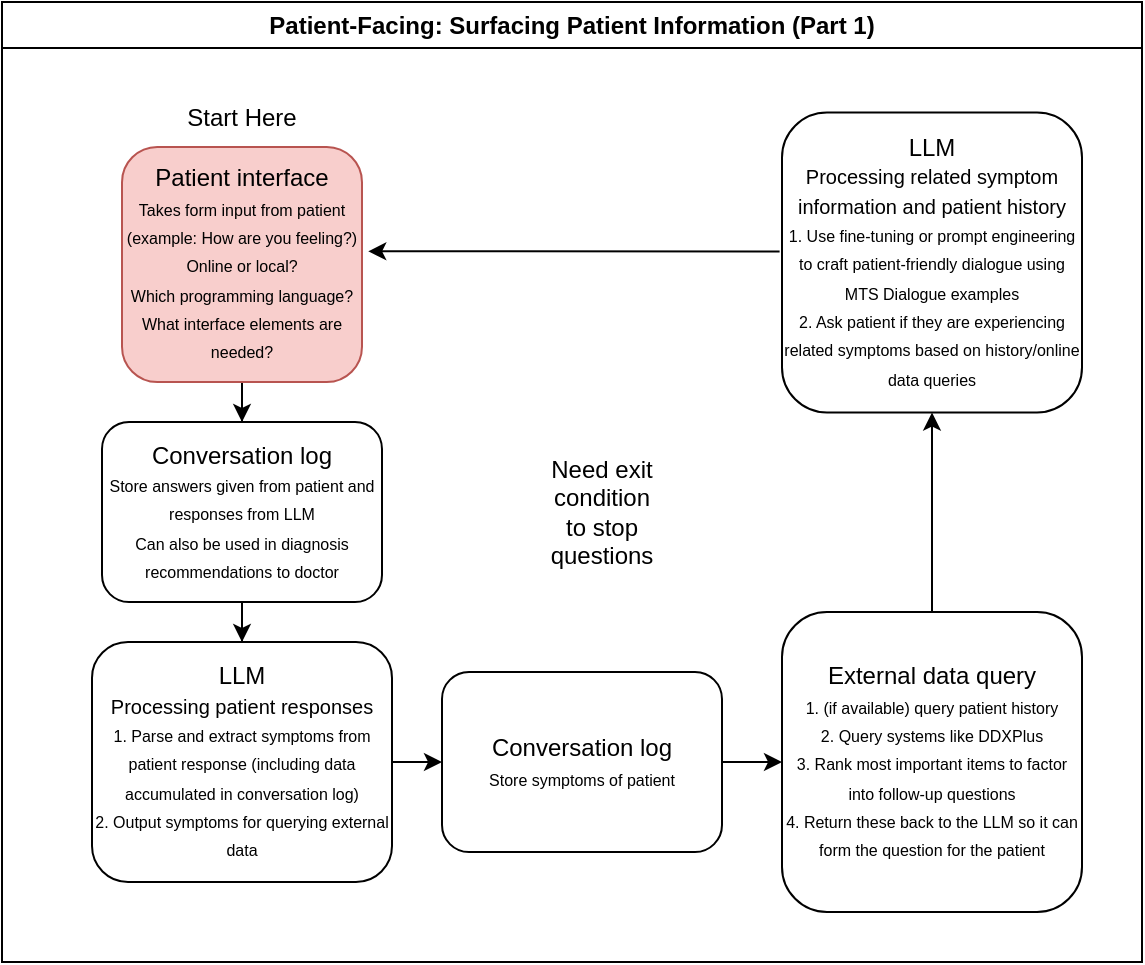
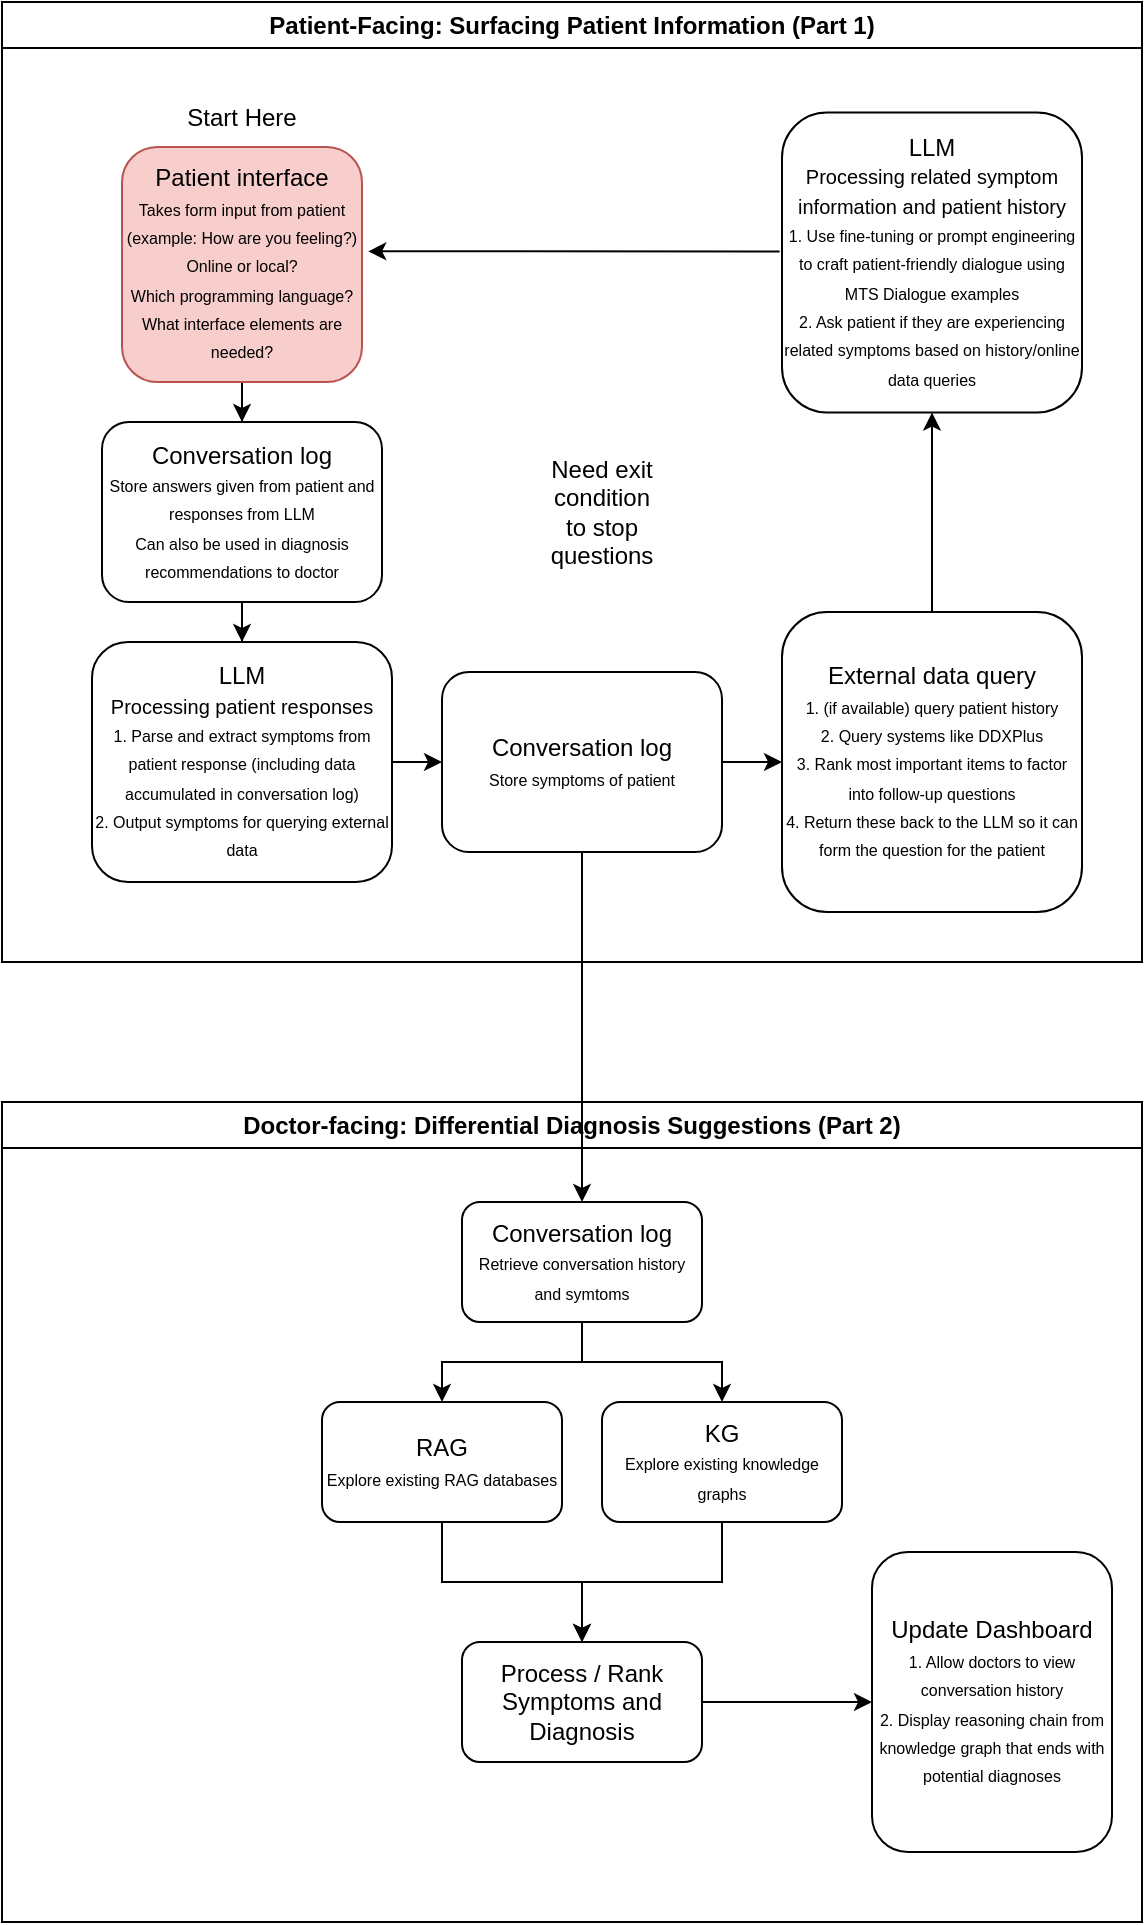
<mxfile host="Electron" agent="Mozilla/5.0 (Macintosh; Intel Mac OS X 10_15_7) AppleWebKit/537.36 (KHTML, like Gecko) draw.io/29.5.2 Chrome/142.0.7444.265 Electron/39.6.1 Safari/537.36" version="29.5.2">
  <diagram name="Page-1" id="m1bc8puYwYsZElcrSZnF">
-     <mxGraphModel dx="1141" dy="730" grid="1" gridSize="10" guides="1" tooltips="1" connect="1" arrows="1" fold="1" page="1" pageScale="1" pageWidth="1100" pageHeight="850" math="0" shadow="0">
+     <mxGraphModel dx="757" dy="586" grid="1" gridSize="10" guides="1" tooltips="1" connect="1" arrows="1" fold="1" page="1" pageScale="1" pageWidth="850" pageHeight="1100" math="0" shadow="0">
      <root>
        <mxCell id="0" />
        <mxCell id="1" parent="0" />
        <mxCell id="9ubxZpSfHIz3_mYUpnA3-6" parent="1" style="swimlane;whiteSpace=wrap;html=1;" value="Patient-Facing: Surfacing Patient Information (Part 1)" vertex="1">
-           <mxGeometry height="480" width="570" x="40" y="150" as="geometry" />
+           <mxGeometry height="480" width="570" x="140" y="80" as="geometry" />
        </mxCell>
        <mxCell id="9ubxZpSfHIz3_mYUpnA3-26" edge="1" parent="9ubxZpSfHIz3_mYUpnA3-6" source="9ubxZpSfHIz3_mYUpnA3-1" style="edgeStyle=orthogonalEdgeStyle;rounded=0;orthogonalLoop=1;jettySize=auto;html=1;" target="9ubxZpSfHIz3_mYUpnA3-25" value="">
          <mxGeometry relative="1" as="geometry" />
        </mxCell>
        <mxCell id="9ubxZpSfHIz3_mYUpnA3-1" parent="9ubxZpSfHIz3_mYUpnA3-6" style="rounded=1;whiteSpace=wrap;html=1;fillColor=#f8cecc;strokeColor=#b85450;" value="Patient interface&lt;div&gt;&lt;font style=&quot;font-size: 8px;&quot;&gt;Takes form input from patient (example: How are you feeling?)&lt;br&gt;Online or local?&lt;/font&gt;&lt;/div&gt;&lt;div&gt;&lt;font style=&quot;font-size: 8px;&quot;&gt;Which programming language?&lt;/font&gt;&lt;/div&gt;&lt;div&gt;&lt;font style=&quot;font-size: 8px;&quot;&gt;What interface elements are needed?&lt;/font&gt;&lt;/div&gt;" vertex="1">
          <mxGeometry height="117.5" width="120" x="60" y="72.5" as="geometry" />
        </mxCell>
        <mxCell id="1Wo1R5oQHYmO-KdakLen-5" edge="1" parent="9ubxZpSfHIz3_mYUpnA3-6" source="9ubxZpSfHIz3_mYUpnA3-3" style="edgeStyle=orthogonalEdgeStyle;rounded=0;orthogonalLoop=1;jettySize=auto;html=1;exitX=1;exitY=0.5;exitDx=0;exitDy=0;entryX=0;entryY=0.5;entryDx=0;entryDy=0;" target="1Wo1R5oQHYmO-KdakLen-2">
          <mxGeometry relative="1" as="geometry" />
        </mxCell>
        <mxCell id="9ubxZpSfHIz3_mYUpnA3-3" parent="9ubxZpSfHIz3_mYUpnA3-6" style="rounded=1;whiteSpace=wrap;html=1;" value="LLM&lt;div&gt;&lt;font style=&quot;font-size: 10px;&quot;&gt;Processing patient responses&lt;/font&gt;&lt;/div&gt;&lt;div&gt;&lt;font style=&quot;font-size: 8px;&quot;&gt;1. Parse and extract symptoms from patient response (including data accumulated in conversation log)&lt;/font&gt;&lt;/div&gt;&lt;div&gt;&lt;font style=&quot;font-size: 8px;&quot;&gt;2. Output symptoms for querying external data&lt;/font&gt;&lt;/div&gt;" vertex="1">
          <mxGeometry height="120" width="150" x="45" y="320" as="geometry" />
        </mxCell>
        <mxCell id="9ubxZpSfHIz3_mYUpnA3-13" edge="1" parent="9ubxZpSfHIz3_mYUpnA3-6" source="9ubxZpSfHIz3_mYUpnA3-4" style="edgeStyle=orthogonalEdgeStyle;rounded=0;orthogonalLoop=1;jettySize=auto;html=1;exitX=0.5;exitY=0;exitDx=0;exitDy=0;entryX=0.5;entryY=1;entryDx=0;entryDy=0;" target="9ubxZpSfHIz3_mYUpnA3-12">
          <mxGeometry relative="1" as="geometry" />
        </mxCell>
        <mxCell id="9ubxZpSfHIz3_mYUpnA3-4" parent="9ubxZpSfHIz3_mYUpnA3-6" style="rounded=1;whiteSpace=wrap;html=1;" value="External data query&lt;div&gt;&lt;font style=&quot;font-size: 8px;&quot;&gt;1. (if available) query patient history&lt;br&gt;2. Query systems like DDXPlus&lt;br&gt;&lt;/font&gt;&lt;/div&gt;&lt;div&gt;&lt;font style=&quot;font-size: 8px;&quot;&gt;3. Rank most important items to factor into follow-up questions&lt;br&gt;4. Return these back to the LLM so it can form the question for the patient&lt;/font&gt;&lt;/div&gt;" vertex="1">
          <mxGeometry height="150" width="150" x="390" y="305" as="geometry" />
        </mxCell>
        <mxCell id="9ubxZpSfHIz3_mYUpnA3-12" parent="9ubxZpSfHIz3_mYUpnA3-6" style="rounded=1;whiteSpace=wrap;html=1;" value="LLM&lt;div&gt;&lt;font style=&quot;font-size: 10px;&quot;&gt;Processing related symptom information and patient history&lt;/font&gt;&lt;/div&gt;&lt;div&gt;&lt;span style=&quot;font-size: 8px;&quot;&gt;1. Use fine-tuning or prompt engineering to craft patient-friendly dialogue using MTS Dialogue examples&lt;br&gt;2. Ask patient if they are experiencing related symptoms based on history/online data queries&lt;br&gt;&lt;/span&gt;&lt;/div&gt;" vertex="1">
          <mxGeometry height="150" width="150" x="390" y="55.25" as="geometry" />
        </mxCell>
        <mxCell id="9ubxZpSfHIz3_mYUpnA3-24" edge="1" parent="9ubxZpSfHIz3_mYUpnA3-6" source="9ubxZpSfHIz3_mYUpnA3-12" style="edgeStyle=orthogonalEdgeStyle;rounded=0;orthogonalLoop=1;jettySize=auto;html=1;entryX=1.026;entryY=0.444;entryDx=0;entryDy=0;entryPerimeter=0;exitX=-0.008;exitY=0.463;exitDx=0;exitDy=0;exitPerimeter=0;" target="9ubxZpSfHIz3_mYUpnA3-1">
          <mxGeometry relative="1" as="geometry" />
        </mxCell>
        <mxCell id="9ubxZpSfHIz3_mYUpnA3-27" edge="1" parent="9ubxZpSfHIz3_mYUpnA3-6" source="9ubxZpSfHIz3_mYUpnA3-25" style="edgeStyle=orthogonalEdgeStyle;rounded=0;orthogonalLoop=1;jettySize=auto;html=1;" target="9ubxZpSfHIz3_mYUpnA3-3">
          <mxGeometry relative="1" as="geometry" />
        </mxCell>
        <mxCell id="9ubxZpSfHIz3_mYUpnA3-25" parent="9ubxZpSfHIz3_mYUpnA3-6" style="rounded=1;whiteSpace=wrap;html=1;" value="Conversation log&lt;div&gt;&lt;font style=&quot;font-size: 8px;&quot;&gt;Store answers given from patient and responses from LLM&lt;br&gt;&lt;/font&gt;&lt;/div&gt;&lt;div&gt;&lt;span style=&quot;font-size: 8px;&quot;&gt;Can also be used in diagnosis recommendations to doctor&lt;/span&gt;&lt;/div&gt;" vertex="1">
          <mxGeometry height="90" width="140" x="50" y="210" as="geometry" />
        </mxCell>
        <mxCell id="9ubxZpSfHIz3_mYUpnA3-28" parent="9ubxZpSfHIz3_mYUpnA3-6" style="text;html=1;whiteSpace=wrap;strokeColor=none;fillColor=none;align=center;verticalAlign=middle;rounded=0;" value="Start Here" vertex="1">
          <mxGeometry height="30" width="60" x="90" y="42.5" as="geometry" />
        </mxCell>
        <mxCell id="9ubxZpSfHIz3_mYUpnA3-30" parent="9ubxZpSfHIz3_mYUpnA3-6" style="text;html=1;whiteSpace=wrap;strokeColor=none;fillColor=none;align=center;verticalAlign=middle;rounded=0;" value="Need exit condition to stop questions" vertex="1">
          <mxGeometry height="60" width="60" x="270" y="225" as="geometry" />
        </mxCell>
        <mxCell id="1Wo1R5oQHYmO-KdakLen-6" edge="1" parent="9ubxZpSfHIz3_mYUpnA3-6" source="1Wo1R5oQHYmO-KdakLen-2" style="edgeStyle=orthogonalEdgeStyle;rounded=0;orthogonalLoop=1;jettySize=auto;html=1;exitX=1;exitY=0.5;exitDx=0;exitDy=0;entryX=0;entryY=0.5;entryDx=0;entryDy=0;" target="9ubxZpSfHIz3_mYUpnA3-4">
          <mxGeometry relative="1" as="geometry" />
        </mxCell>
        <mxCell id="1Wo1R5oQHYmO-KdakLen-2" parent="9ubxZpSfHIz3_mYUpnA3-6" style="rounded=1;whiteSpace=wrap;html=1;" value="Conversation log&lt;div&gt;&lt;font style=&quot;font-size: 8px;&quot;&gt;Store symptoms of patient&lt;/font&gt;&lt;/div&gt;" vertex="1">
          <mxGeometry height="90" width="140" x="220" y="335" as="geometry" />
        </mxCell>
+         <mxCell id="1Wo1R5oQHYmO-KdakLen-7" parent="1" style="swimlane;whiteSpace=wrap;html=1;" value="Doctor-facing: Differential Diagnosis Suggestions (Part 2)" vertex="1">
+           <mxGeometry height="410" width="570" x="140" y="630" as="geometry" />
+         </mxCell>
+         <mxCell id="1Wo1R5oQHYmO-KdakLen-11" edge="1" parent="1Wo1R5oQHYmO-KdakLen-7" source="1Wo1R5oQHYmO-KdakLen-8" style="edgeStyle=orthogonalEdgeStyle;rounded=0;orthogonalLoop=1;jettySize=auto;html=1;entryX=0.5;entryY=0;entryDx=0;entryDy=0;" target="1Wo1R5oQHYmO-KdakLen-10">
+           <mxGeometry relative="1" as="geometry" />
+         </mxCell>
+         <mxCell id="1Wo1R5oQHYmO-KdakLen-8" parent="1Wo1R5oQHYmO-KdakLen-7" style="rounded=1;whiteSpace=wrap;html=1;flipV=0;legacyAnchorPoints=0;flipH=1;" value="Conversation log&lt;div&gt;&lt;font style=&quot;font-size: 8px;&quot;&gt;Retrieve conversation history and symtoms&lt;/font&gt;&lt;/div&gt;" vertex="1">
+           <mxGeometry height="60" width="120" x="230" y="50" as="geometry" />
+         </mxCell>
+         <mxCell id="1Wo1R5oQHYmO-KdakLen-15" edge="1" parent="1Wo1R5oQHYmO-KdakLen-7" source="1Wo1R5oQHYmO-KdakLen-9" style="edgeStyle=orthogonalEdgeStyle;rounded=0;orthogonalLoop=1;jettySize=auto;html=1;" target="1Wo1R5oQHYmO-KdakLen-14" value="">
+           <mxGeometry relative="1" as="geometry" />
+         </mxCell>
+         <mxCell id="1Wo1R5oQHYmO-KdakLen-9" parent="1Wo1R5oQHYmO-KdakLen-7" style="rounded=1;whiteSpace=wrap;html=1;flipV=0;legacyAnchorPoints=0;flipH=1;" value="RAG&lt;div&gt;&lt;font style=&quot;font-size: 8px;&quot;&gt;Explore existing RAG databases&lt;/font&gt;&lt;/div&gt;" vertex="1">
+           <mxGeometry height="60" width="120" x="160" y="150" as="geometry" />
+         </mxCell>
+         <mxCell id="1Wo1R5oQHYmO-KdakLen-16" edge="1" parent="1Wo1R5oQHYmO-KdakLen-7" source="1Wo1R5oQHYmO-KdakLen-10" style="edgeStyle=orthogonalEdgeStyle;rounded=0;orthogonalLoop=1;jettySize=auto;html=1;" target="1Wo1R5oQHYmO-KdakLen-14" value="">
+           <mxGeometry relative="1" as="geometry" />
+         </mxCell>
+         <mxCell id="1Wo1R5oQHYmO-KdakLen-10" parent="1Wo1R5oQHYmO-KdakLen-7" style="rounded=1;whiteSpace=wrap;html=1;flipV=0;legacyAnchorPoints=0;flipH=1;" value="KG&lt;div&gt;&lt;font style=&quot;font-size: 8px;&quot;&gt;Explore existing knowledge graphs&lt;/font&gt;&lt;/div&gt;" vertex="1">
+           <mxGeometry height="60" width="120" x="300" y="150" as="geometry" />
+         </mxCell>
+         <mxCell id="1Wo1R5oQHYmO-KdakLen-18" edge="1" parent="1Wo1R5oQHYmO-KdakLen-7" source="1Wo1R5oQHYmO-KdakLen-14" style="edgeStyle=orthogonalEdgeStyle;rounded=0;orthogonalLoop=1;jettySize=auto;html=1;" target="1Wo1R5oQHYmO-KdakLen-17" value="">
+           <mxGeometry relative="1" as="geometry" />
+         </mxCell>
+         <mxCell id="1Wo1R5oQHYmO-KdakLen-14" parent="1Wo1R5oQHYmO-KdakLen-7" style="rounded=1;whiteSpace=wrap;html=1;" value="Process / Rank Symptoms and Diagnosis" vertex="1">
+           <mxGeometry height="60" width="120" x="230" y="270" as="geometry" />
+         </mxCell>
+         <mxCell id="1Wo1R5oQHYmO-KdakLen-17" parent="1Wo1R5oQHYmO-KdakLen-7" style="rounded=1;whiteSpace=wrap;html=1;" value="Update Dashboard&lt;div&gt;&lt;font style=&quot;font-size: 8px;&quot;&gt;1. Allow doctors to view conversation history&lt;/font&gt;&lt;/div&gt;&lt;div&gt;&lt;font style=&quot;font-size: 8px;&quot;&gt;2. Display reasoning chain from knowledge graph that ends with potential diagnoses&lt;/font&gt;&lt;/div&gt;" vertex="1">
+           <mxGeometry height="150" width="120" x="435" y="225" as="geometry" />
+         </mxCell>
+         <mxCell id="1Wo1R5oQHYmO-KdakLen-13" edge="1" parent="1Wo1R5oQHYmO-KdakLen-7" source="1Wo1R5oQHYmO-KdakLen-8" style="edgeStyle=orthogonalEdgeStyle;rounded=0;orthogonalLoop=1;jettySize=auto;html=1;entryX=0.5;entryY=0;entryDx=0;entryDy=0;exitX=0.5;exitY=1;exitDx=0;exitDy=0;" target="1Wo1R5oQHYmO-KdakLen-9">
+           <mxGeometry relative="1" as="geometry">
+             <Array as="points">
+               <mxPoint x="290" y="130" />
+               <mxPoint x="220" y="130" />
+             </Array>
+             <mxPoint x="150" y="110" as="sourcePoint" />
+             <mxPoint x="300" y="160" as="targetPoint" />
+           </mxGeometry>
+         </mxCell>
+         <mxCell id="1Wo1R5oQHYmO-KdakLen-12" edge="1" parent="1" source="1Wo1R5oQHYmO-KdakLen-2" style="edgeStyle=orthogonalEdgeStyle;rounded=0;orthogonalLoop=1;jettySize=auto;html=1;" target="1Wo1R5oQHYmO-KdakLen-8">
+           <mxGeometry relative="1" as="geometry">
+             <Array as="points">
+               <mxPoint x="430" y="500" />
+               <mxPoint x="430" y="500" />
+             </Array>
+           </mxGeometry>
+         </mxCell>
      </root>
    </mxGraphModel>
  </diagram>
</mxfile>
